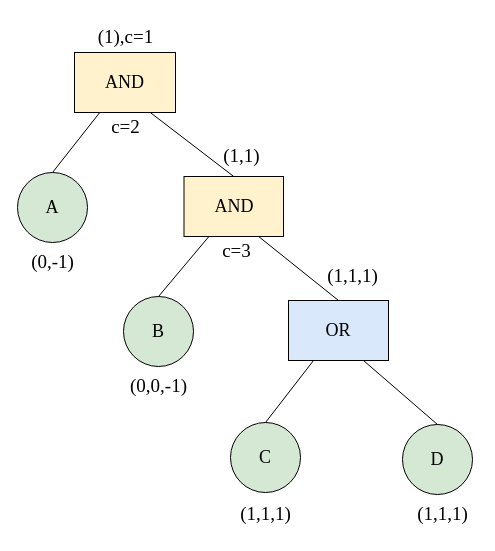
This is LSSS.drawio from Mr-doublehappines/httpServer, a draw.io file, before an edit. Source tidied: cells renumbered, new cells numbered last; positions are measured from the earlier drawing's top-left corner, leaving out a move shared by most shapes. Both pictures are drawn from the tidied source at 100%, with x=0, y=0 at pixel (17, 17).
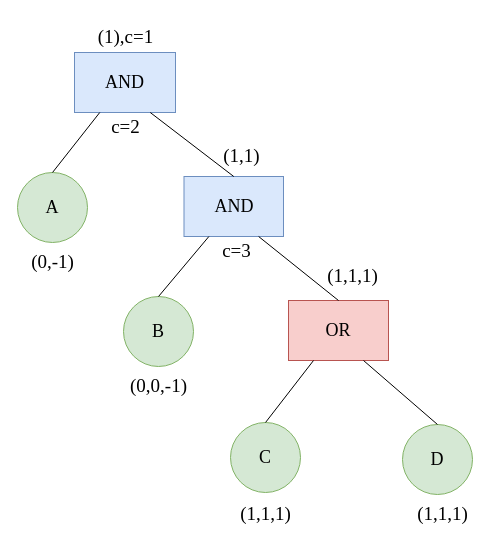
Above is the later version.

Change to the diagram source:
```diff
@@
-    <mxCell id="2" value="AND" style="rounded=0;whiteSpace=wrap;html=1;fontFamily=Times New Roman;fillColor=#fff2cc;strokeColor=#000000;fontSize=18;" parent="1" vertex="1">
+    <mxCell id="2" value="AND" style="rounded=0;whiteSpace=wrap;html=1;fontFamily=Times New Roman;fillColor=#dae8fc;strokeColor=#6c8ebf;fontSize=18;" parent="1" vertex="1">
       <mxGeometry x="57" y="35" width="101" height="60" as="geometry" />
     </mxCell>
-    <mxCell id="3" value="AND" style="rounded=0;whiteSpace=wrap;html=1;fontFamily=Times New Roman;fillColor=#fff2cc;strokeColor=#000000;fontSize=18;" parent="1" vertex="1">
+    <mxCell id="3" value="AND" style="rounded=0;whiteSpace=wrap;html=1;fontFamily=Times New Roman;fillColor=#dae8fc;strokeColor=#6c8ebf;fontSize=18;" parent="1" vertex="1">
       <mxGeometry x="166.5" y="159" width="99.5" height="60" as="geometry" />
     </mxCell>
-    <mxCell id="4" value="OR" style="rounded=0;whiteSpace=wrap;html=1;fontFamily=Times New Roman;fillColor=#dae8fc;strokeColor=#000000;fontSize=18;" parent="1" vertex="1">
+    <mxCell id="4" value="OR" style="rounded=0;whiteSpace=wrap;html=1;fontFamily=Times New Roman;fillColor=#f8cecc;strokeColor=#b85450;fontSize=18;" parent="1" vertex="1">
       <mxGeometry x="271" y="283" width="100" height="60" as="geometry" />
     </mxCell>
@@
-    <mxCell id="7" value="A" style="ellipse;whiteSpace=wrap;html=1;fontFamily=Times New Roman;fillColor=#d5e8d4;strokeColor=#000000;fontSize=18;" parent="1" vertex="1">
+    <mxCell id="7" value="A" style="ellipse;whiteSpace=wrap;html=1;fontFamily=Times New Roman;fillColor=#d5e8d4;strokeColor=#82b366;fontSize=18;" parent="1" vertex="1">
       <mxGeometry y="155" width="70" height="70" as="geometry" />
     </mxCell>
-    <mxCell id="8" value="B" style="ellipse;whiteSpace=wrap;html=1;fontFamily=Times New Roman;fillColor=#d5e8d4;strokeColor=#000000;fontSize=18;" parent="1" vertex="1">
+    <mxCell id="8" value="B" style="ellipse;whiteSpace=wrap;html=1;fontFamily=Times New Roman;fillColor=#d5e8d4;strokeColor=#82b366;fontSize=18;" parent="1" vertex="1">
       <mxGeometry x="106" y="279" width="70" height="70" as="geometry" />
     </mxCell>
-    <mxCell id="9" value="C" style="ellipse;whiteSpace=wrap;html=1;fontFamily=Times New Roman;fillColor=#d5e8d4;strokeColor=#000000;fontSize=18;" parent="1" vertex="1">
+    <mxCell id="9" value="C" style="ellipse;whiteSpace=wrap;html=1;fontFamily=Times New Roman;fillColor=#d5e8d4;strokeColor=#82b366;fontSize=18;" parent="1" vertex="1">
       <mxGeometry x="213" y="405" width="70" height="70" as="geometry" />
     </mxCell>
-    <mxCell id="10" value="D" style="ellipse;whiteSpace=wrap;html=1;fillColor=#d5e8d4;strokeColor=#000000;fontSize=18;fontFamily=Times New Roman;" parent="1" vertex="1">
+    <mxCell id="10" value="D" style="ellipse;whiteSpace=wrap;html=1;fillColor=#d5e8d4;strokeColor=#82b366;fontSize=18;fontFamily=Times New Roman;" parent="1" vertex="1">
       <mxGeometry x="385" y="407" width="70" height="70" as="geometry" />
     </mxCell>
```
